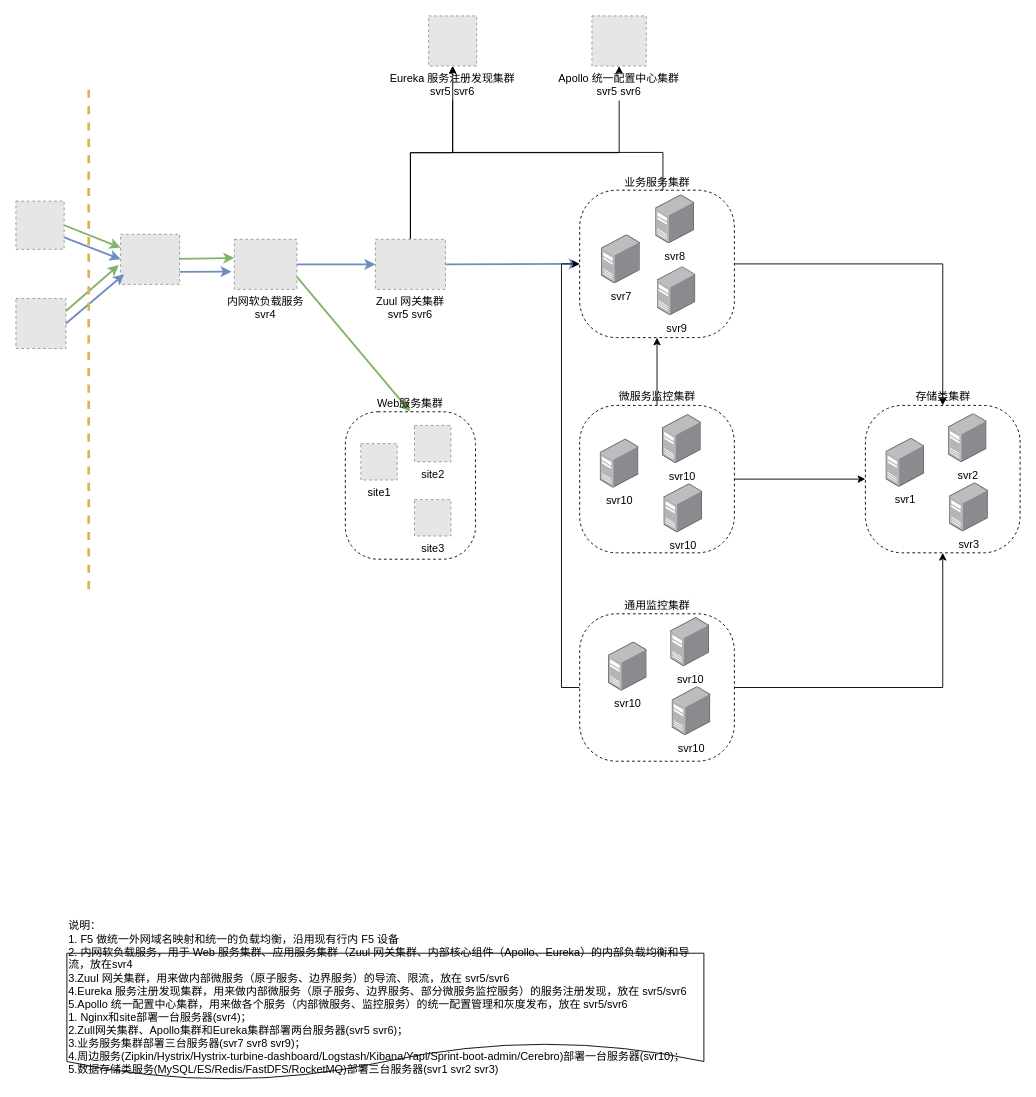
Before: top-structure.drawio.xml in MrtKing/draw.io, a draw.io diagram. Source tidied: cells renumbered, new cells numbered last; positions are measured from the earlier drawing's top-left corner, leaving out a move shared by most shapes. Both pictures are drawn from the tidied source at 91%, with x=0, y=0 at pixel (15, 15). Pictures stored in the file or linked from it are replaced by grey dashed boxes.
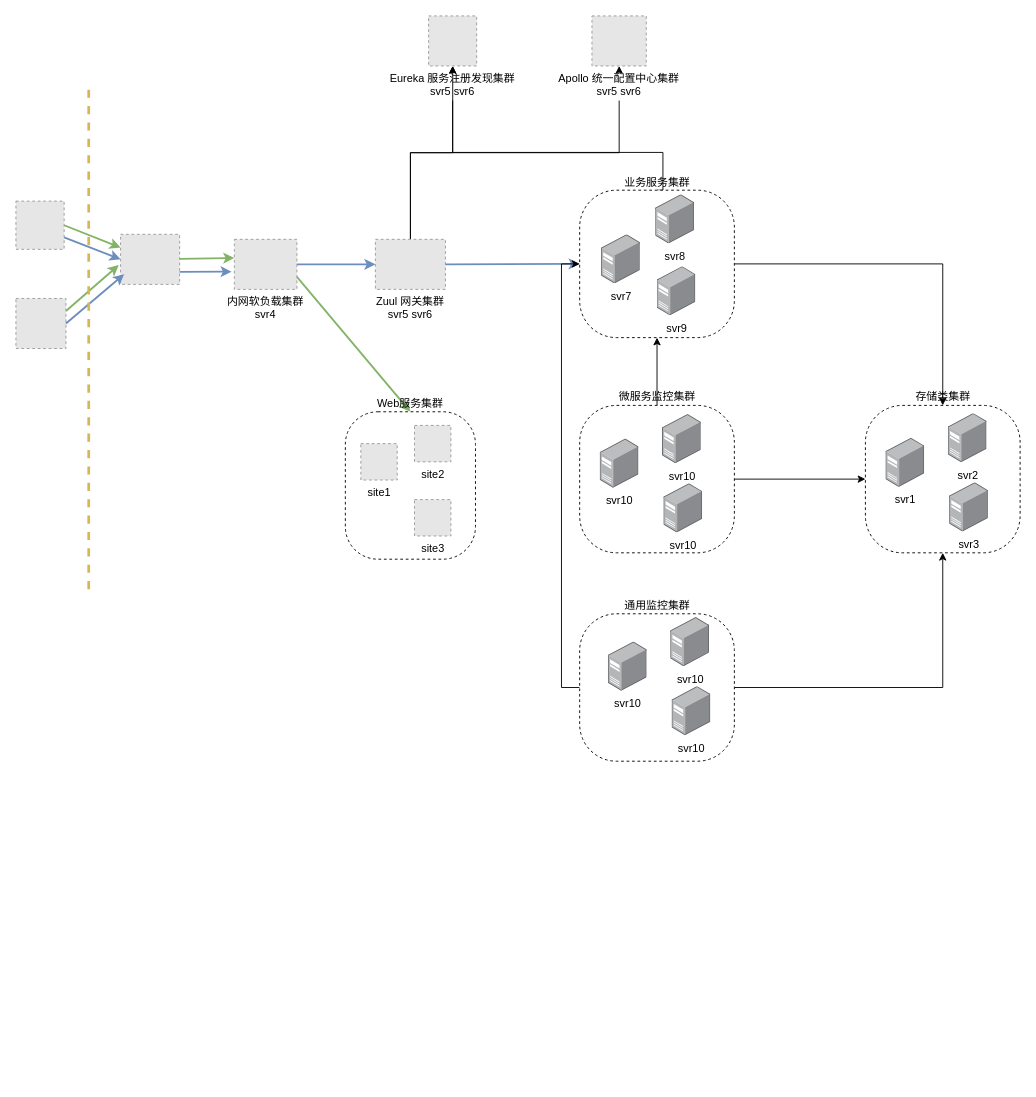
Above is the later version.

What changed in the source:
```diff
@@
-    <mxCell id="5" value="内网软负载服务&#10;svr4" style="fillColor=#E6E6E6;strokeColor=#999999;dashed=1;verticalLabelPosition=bottom;labelBackgroundColor=#ffffff;verticalAlign=top;" parent="1" vertex="1">
+    <mxCell id="5" value="内网软负载集群&#10;svr4" style="fillColor=#E6E6E6;strokeColor=#999999;dashed=1;verticalLabelPosition=bottom;labelBackgroundColor=#ffffff;verticalAlign=top;" parent="1" vertex="1">
       <mxGeometry x="240" y="245.5" width="68.8" height="55" as="geometry" />
     </mxCell>
@@
-    <mxCell id="33" value="说明： &lt;br&gt;1. F5 做统一外网域名映射和统一的负载均衡，沿用现有行内 F5 设备&lt;br&gt;2. 内网软负载服务，用于 Web 服务集群、应用服务集群（Zuul 网关集群、内部核心组件（Apollo、Eureka）的内部负载均衡和导流，放在svr4&lt;br&gt;3.Zuul 网关集群，用来做内部微服务（原子服务、边界服务）的导流、限流，放在 svr5/svr6&lt;br&gt;4.Eureka 服务注册发现集群，用来做内部微服务（原子服务、边界服务、部分微服务监控服务）的服务注册发现，放在 svr5/svr6&lt;br&gt;5.Apollo 统一配置中心集群，用来做各个服务（内部微服务、监控服务）的统一配置管理和灰度发布，放在 svr5/svr6&lt;br&gt;1. Nginx和site部署一台服务器(svr4)；&lt;br&gt;2.Zull网关集群、Apollo集群和Eureka集群部署两台服务器(svr5 svr6)；&lt;br&gt;3.业务服务集群部署三台服务器(svr7 svr8 svr9)；&lt;br&gt;4.周边服务(&lt;span&gt;Zipkin/Hystrix/Hystrix-turbine-dashboard/&lt;/span&gt;Logstash/Kibana/Yapi/Sprint-boot-admin/Cerebro)部署一台服务器(svr10)；&lt;br&gt;5.数据存储类服务(MySQL/ES/Redis/FastDFS/RocketMQ)部署三台服务器(svr1 svr2 svr3)" style="shape=document;whiteSpace=wrap;html=1;boundedLbl=1;align=left;" parent="1" vertex="1">
-      <mxGeometry x="56" y="1030" width="700" height="140" as="geometry" />
-    </mxCell>
```
